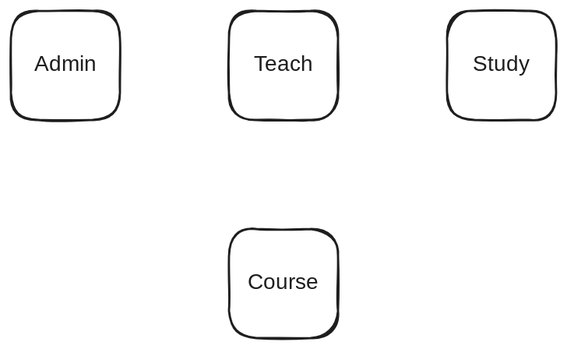
trancongbao/endeavor keeps this Excalidraw diagram as docs/2. Technical Architecture/Modules/Modules.excalidraw.svg. Above is the earlier version. Source tidied: one line per element, renumbered; positions are measured from the earlier drawing's top-left corner, leaving out a move shared by most shapes.
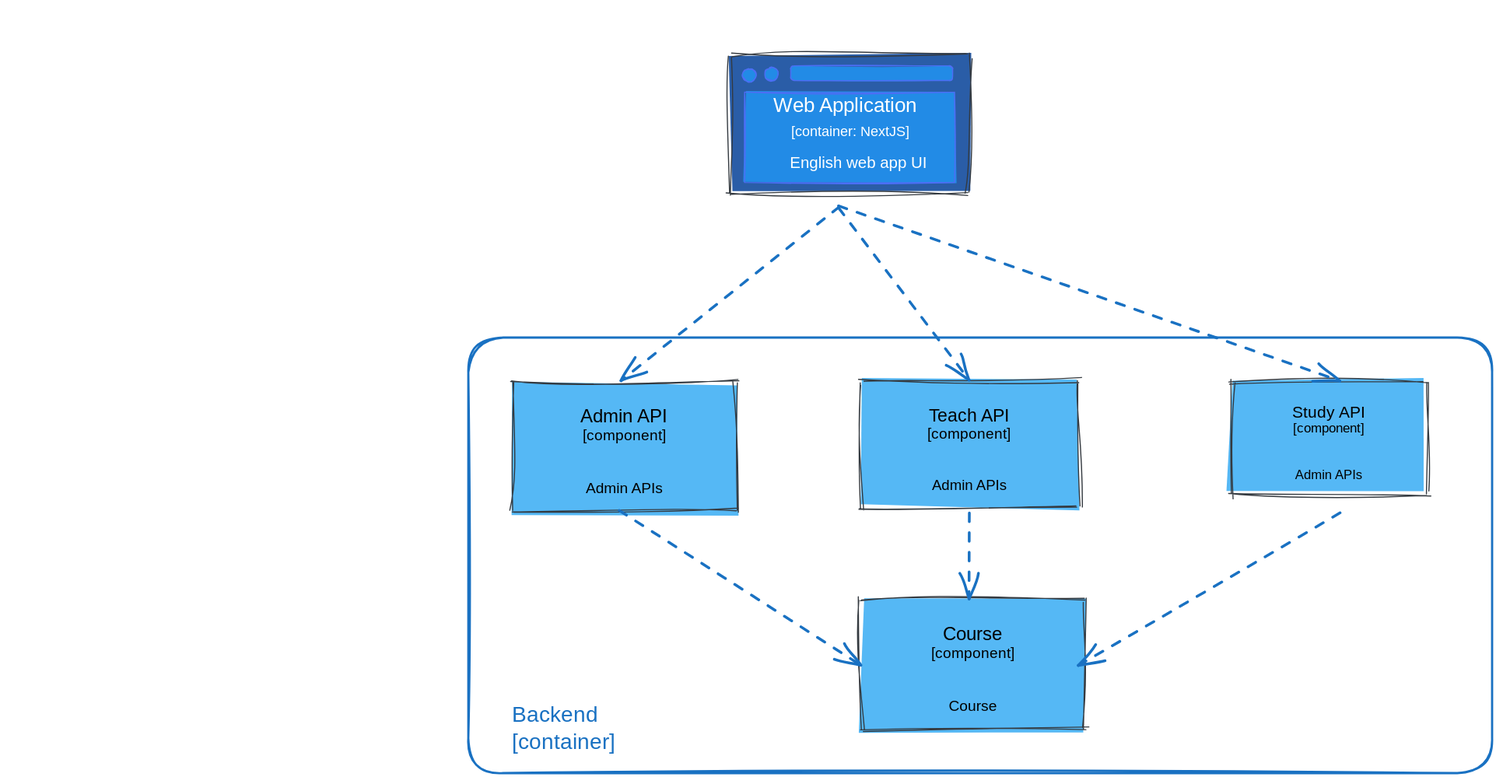
The same file after the commit.

The edit, as a diff of the source:
```diff
@@ -1,8 +1,32 @@
-{"id": 0, "type": "rectangle", "strokeColor": "#1e1e1e", "strokeWidth": 2, "roughness": 1, "round": true, "x": 0, "y": 0, "width": 100, "height": 100}
-{"id": 1, "type": "text", "text": "Admin", "strokeColor": "#1e1e1e", "strokeWidth": 2, "roughness": 1, "fontSize": 20, "fontFamily": 5, "textAlign": "center", "verticalAlign": "middle", "inside": 0, "x": 23, "y": 38, "width": 54, "height": 25}
-{"id": 2, "type": "rectangle", "strokeColor": "#1e1e1e", "strokeWidth": 2, "roughness": 1, "round": true, "x": 200, "y": 0, "width": 100, "height": 100}
-{"id": 3, "type": "text", "text": "Teach", "strokeColor": "#1e1e1e", "strokeWidth": 2, "roughness": 1, "fontSize": 20, "fontFamily": 5, "textAlign": "center", "verticalAlign": "middle", "inside": 2, "x": 220, "y": 38, "width": 59, "height": 25}
-{"id": 4, "type": "rectangle", "strokeColor": "#1e1e1e", "strokeWidth": 2, "roughness": 1, "round": true, "x": 400, "y": 0, "width": 100, "height": 100}
-{"id": 5, "type": "text", "text": "Study", "strokeColor": "#1e1e1e", "strokeWidth": 2, "roughness": 1, "fontSize": 20, "fontFamily": 5, "textAlign": "center", "verticalAlign": "middle", "inside": 4, "x": 421, "y": 38, "width": 57, "height": 25}
-{"id": 6, "type": "rectangle", "strokeColor": "#1e1e1e", "strokeWidth": 2, "roughness": 1, "round": true, "x": 200, "y": 200, "width": 100, "height": 100}
-{"id": 7, "type": "text", "text": "Course", "strokeColor": "#1e1e1e", "strokeWidth": 2, "roughness": 1, "fontSize": 20, "fontFamily": 5, "textAlign": "center", "verticalAlign": "middle", "inside": 6, "x": 217, "y": 238, "width": 65, "height": 25}
+{"id": 8, "type": "rectangle", "strokeColor": "#343a40", "backgroundColor": "#55b8f5", "fillStyle": "solid", "strokeWidth": 1, "roughness": 2, "x": -100, "y": 100, "width": 206, "height": 120}
+{"id": 9, "type": "text", "text": "Admin API", "strokeColor": "#000000", "backgroundColor": "#55b8f5", "fillStyle": "solid", "strokeWidth": 1, "roughness": 1, "fontSize": 17.27, "fontFamily": 1, "textAlign": "center", "x": -77, "y": 123, "width": 160, "height": 22}
+{"id": 10, "type": "text", "text": "[component]", "strokeColor": "#000000", "backgroundColor": "#55b8f5", "fillStyle": "solid", "strokeWidth": 1, "roughness": 1, "fontSize": 13.81, "fontFamily": 3, "textAlign": "center", "x": -77, "y": 141, "width": 160, "height": 17}
+{"id": 11, "type": "text", "text": "Admin APIs", "strokeColor": "#000000", "backgroundColor": "#55b8f5", "fillStyle": "solid", "strokeWidth": 1, "roughness": 1, "fontSize": 13.7, "fontFamily": 2, "textAlign": "center", "x": -77, "y": 192, "width": 160, "height": 16}
+{"id": 12, "type": "rectangle", "strokeColor": "#343a40", "backgroundColor": "#55b8f5", "fillStyle": "solid", "strokeWidth": 1, "roughness": 2, "x": 220, "y": 100, "width": 200, "height": 116}
+{"id": 13, "type": "text", "text": "Teach API", "strokeColor": "#000000", "backgroundColor": "#55b8f5", "fillStyle": "solid", "strokeWidth": 1, "roughness": 1, "fontSize": 16.74, "fontFamily": 1, "textAlign": "center", "x": 242, "y": 122, "width": 156, "height": 21}
+{"id": 14, "type": "text", "text": "[component]", "strokeColor": "#000000", "backgroundColor": "#55b8f5", "fillStyle": "solid", "strokeWidth": 1, "roughness": 1, "fontSize": 13.39, "fontFamily": 3, "textAlign": "center", "x": 242, "y": 140, "width": 156, "height": 17}
+{"id": 15, "type": "text", "text": "Admin APIs", "strokeColor": "#000000", "backgroundColor": "#55b8f5", "fillStyle": "solid", "strokeWidth": 1, "roughness": 1, "fontSize": 13.28, "fontFamily": 2, "textAlign": "center", "x": 242, "y": 189, "width": 156, "height": 15}
+{"id": 16, "type": "rectangle", "strokeColor": "#343a40", "backgroundColor": "#55b8f5", "fillStyle": "solid", "strokeWidth": 1, "roughness": 2, "x": 560, "y": 100, "width": 180, "height": 105}
+{"id": 17, "type": "text", "text": "Study API", "strokeColor": "#000000", "backgroundColor": "#55b8f5", "fillStyle": "solid", "strokeWidth": 1, "roughness": 1, "fontSize": 15.06, "fontFamily": 1, "textAlign": "center", "x": 580, "y": 120, "width": 140, "height": 19}
+{"id": 18, "type": "text", "text": "[component]", "strokeColor": "#000000", "backgroundColor": "#55b8f5", "fillStyle": "solid", "strokeWidth": 1, "roughness": 1, "fontSize": 12.05, "fontFamily": 3, "textAlign": "center", "x": 580, "y": 136, "width": 140, "height": 15}
+{"id": 19, "type": "text", "text": "Admin APIs", "strokeColor": "#000000", "backgroundColor": "#55b8f5", "fillStyle": "solid", "strokeWidth": 1, "roughness": 1, "fontSize": 11.95, "fontFamily": 2, "textAlign": "center", "x": 580, "y": 180, "width": 140, "height": 14}
+{"id": 20, "type": "rectangle", "strokeColor": "#343a40", "backgroundColor": "#55b8f5", "fillStyle": "solid", "strokeWidth": 1, "roughness": 2, "x": 220, "y": 300, "width": 206, "height": 120}
+{"id": 21, "type": "text", "text": "Course", "strokeColor": "#000000", "backgroundColor": "#55b8f5", "fillStyle": "solid", "strokeWidth": 1, "roughness": 1, "fontSize": 17.27, "fontFamily": 1, "textAlign": "center", "x": 243, "y": 323, "width": 160, "height": 22}
+{"id": 22, "type": "text", "text": "[component]", "strokeColor": "#000000", "backgroundColor": "#55b8f5", "fillStyle": "solid", "strokeWidth": 1, "roughness": 1, "fontSize": 13.81, "fontFamily": 3, "textAlign": "center", "x": 243, "y": 341, "width": 160, "height": 17}
+{"id": 23, "type": "text", "text": "Course", "strokeColor": "#000000", "backgroundColor": "#55b8f5", "fillStyle": "solid", "strokeWidth": 1, "roughness": 1, "fontSize": 13.7, "fontFamily": 2, "textAlign": "center", "x": 243, "y": 392, "width": 160, "height": 16}
+{"id": 24, "type": "arrow", "strokeColor": "#1971c2", "strokeWidth": 2, "strokeStyle": "dashed", "roughness": 1, "endArrowhead": "arrow", "round": true, "from": 11, "to": 23, "x": -1, "y": 220, "width": 221, "height": 140, "points": [[0, 0], [221, 140]]}
+{"id": 25, "type": "arrow", "strokeColor": "#1971c2", "strokeWidth": 2, "strokeStyle": "dashed", "roughness": 1, "endArrowhead": "arrow", "round": true, "from": 19, "to": 23, "x": 660, "y": 220, "width": 240, "height": 140, "points": [[0, 0], [-240, 140]]}
+{"id": 26, "type": "arrow", "strokeColor": "#1971c2", "strokeWidth": 2, "strokeStyle": "dashed", "roughness": 1, "endArrowhead": "arrow", "round": true, "from": 15, "to": 22, "x": 320, "y": 220, "width": 0, "height": 80, "points": [[0, 0], [0, 80]]}
+{"id": 27, "type": "rectangle", "strokeColor": "#1971c2", "strokeWidth": 2, "roughness": 1, "round": true, "x": -140, "y": 60, "width": 940, "height": 400}
+{"id": 28, "type": "rectangle", "strokeColor": "#343a40", "backgroundColor": "#2a5da7", "fillStyle": "solid", "strokeWidth": 1, "roughness": 2, "x": 100, "y": -200, "width": 220, "height": 128}
+{"id": 29, "type": "rectangle", "strokeColor": "#4c6ef5", "backgroundColor": "#228be6", "fillStyle": "solid", "strokeWidth": 1, "roughness": 1, "round": true, "x": 156, "y": -190, "width": 149, "height": 13}
+{"id": 30, "type": "rectangle", "strokeColor": "#4c6ef5", "backgroundColor": "#228be6", "fillStyle": "solid", "strokeWidth": 1, "roughness": 1, "x": 114, "y": -165, "width": 193, "height": 83}
+{"id": 31, "type": "ellipse", "strokeColor": "#4c6ef5", "backgroundColor": "#228be6", "fillStyle": "solid", "strokeWidth": 1, "roughness": 1, "x": 112, "y": -187, "width": 12, "height": 12}
+{"id": 32, "type": "ellipse", "strokeColor": "#4c6ef5", "backgroundColor": "#228be6", "fillStyle": "solid", "strokeWidth": 1, "roughness": 1, "x": 132, "y": -188, "width": 12, "height": 12}
+{"id": 33, "type": "text", "text": "Web Application", "strokeColor": "#fff", "backgroundColor": "#228be6", "fillStyle": "solid", "strokeWidth": 1, "roughness": 1, "fontSize": 18.41, "fontFamily": 1, "x": 140, "y": -163, "width": 137, "height": 23}
+{"id": 34, "type": "text", "text": "[container: NextJS]", "strokeColor": "#fff", "backgroundColor": "#55b8f5", "fillStyle": "solid", "strokeWidth": 1, "roughness": 1, "fontSize": 13.17, "fontFamily": 3, "textAlign": "center", "x": 137, "y": -138, "width": 147, "height": 16}
+{"id": 35, "type": "text", "text": "English web app UI", "strokeColor": "#fff", "backgroundColor": "#55b8f5", "fillStyle": "solid", "strokeWidth": 1, "roughness": 1, "fontSize": 14.6, "fontFamily": 2, "textAlign": "center", "x": 155, "y": -108, "width": 126, "height": 17}
+{"id": 36, "type": "text", "text": "Backend\n[container]", "strokeColor": "#1971c2", "strokeWidth": 2, "roughness": 1, "fontSize": 20, "fontFamily": 5, "x": -100, "y": 395, "width": 109, "height": 50}
+{"id": 37, "type": "arrow", "strokeColor": "#1971c2", "strokeWidth": 2, "strokeStyle": "dashed", "roughness": 1, "endArrowhead": "arrow", "round": true, "from": 28, "to": 8, "x": 200, "y": -60, "width": 200, "height": 160, "points": [[0, 0], [-200, 160]]}
+{"id": 38, "type": "arrow", "strokeColor": "#1971c2", "strokeWidth": 2, "strokeStyle": "dashed", "roughness": 1, "endArrowhead": "arrow", "round": true, "from": 28, "to": 12, "x": 200, "y": -60, "width": 120, "height": 160, "points": [[0, 0], [120, 160]]}
+{"id": 39, "type": "arrow", "strokeColor": "#1971c2", "strokeWidth": 2, "strokeStyle": "dashed", "roughness": 1, "endArrowhead": "arrow", "round": true, "from": 28, "to": 16, "x": 200, "y": -60, "width": 460, "height": 160, "points": [[0, 0], [460, 160]]}
```
